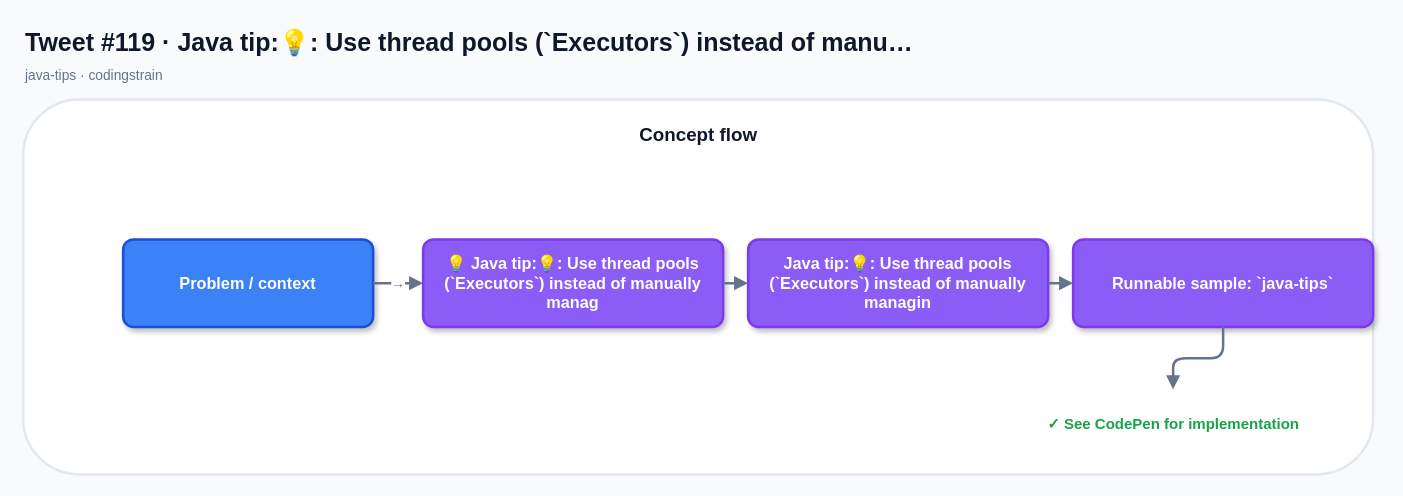
Above: x-posts-examples/generated-x-posts/java-posts/drawio/tweet-119.drawio in mcasari/codingstrain (draw.io), before the change. Source tidied: cells renumbered, new cells numbered last; positions are measured from the earlier drawing's top-left corner, leaving out a move shared by most shapes. Both pictures are drawn from the tidied source at 125%, with x=0, y=0 at pixel (22, 21).
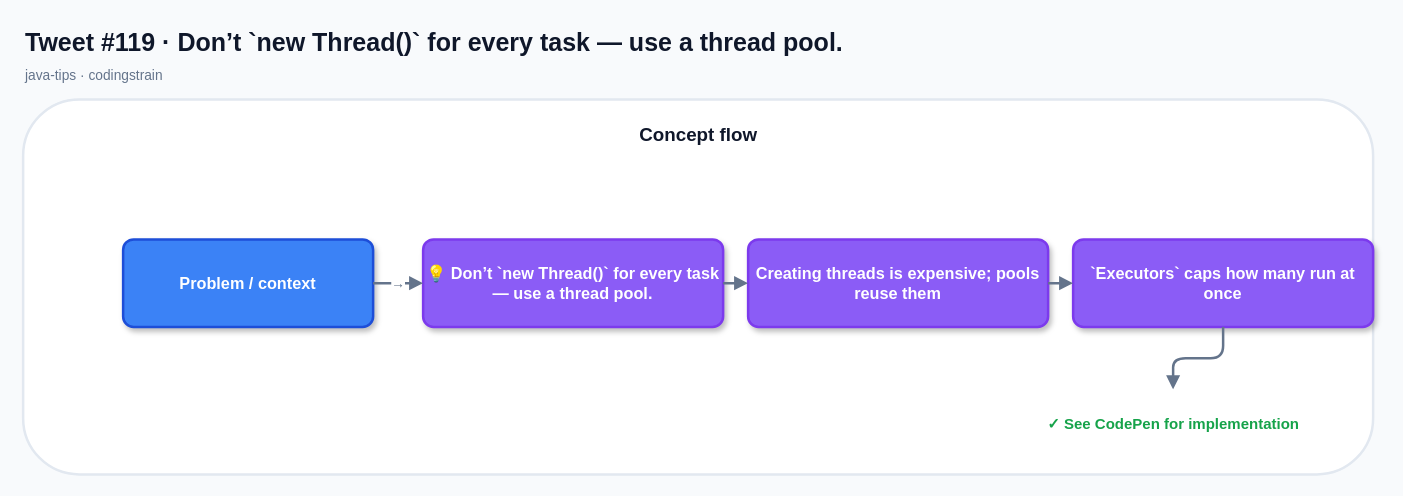
The same diagram, later.

What changed in the source:
```diff
@@
 <mxGraphModel background="#F8FAFC">
   <root>
     <mxCell id="0" />
     <mxCell id="1" parent="0" />
-    <mxCell id="2" value="Tweet #119 · Java tip:💡: Use thread pools (`Executors`) instead of manu…" style="text;html=1;strokeColor=none;fillColor=none;align=left;verticalAlign=middle;fontSize=20;fontStyle=1;fontColor=#0F172A;" parent="1" vertex="1">
+    <mxCell id="2" value="Tweet #119 · Don’t `new Thread()` for every task — use a thread pool." style="text;html=1;strokeColor=none;fillColor=none;align=left;verticalAlign=middle;fontSize=20;fontStyle=1;fontColor=#0F172A;" parent="1" vertex="1">
       <mxGeometry width="760" height="32" as="geometry" />
     </mxCell>
     <mxCell id="3" value="java-tips · codingstrain" style="text;html=1;strokeColor=none;fillColor=none;align=left;verticalAlign=middle;fontSize=11;fontStyle=0;fontColor=#64748B;" parent="1" vertex="1">
       <mxGeometry y="32" width="520" height="22" as="geometry" />
     </mxCell>
     <mxCell id="4" style="rounded=1;fillColor=#FFFFFF;strokeColor=#E2E8F0;strokeWidth=2;shadow=0;" parent="1" vertex="1">
       <mxGeometry y="62" width="1080" height="300" as="geometry" />
     </mxCell>
     <mxCell id="5" value="Concept flow" style="text;html=1;strokeColor=none;fillColor=none;align=center;verticalAlign=middle;fontSize=15;fontStyle=1;fontColor=#0F172A;" parent="1" vertex="1">
       <mxGeometry x="20" y="76" width="1040" height="28" as="geometry" />
     </mxCell>
     <mxCell id="6" value="Problem / context" style="rounded=1;whiteSpace=wrap;html=1;arcSize=12;fillColor=#3B82F6;strokeColor=#1D4ED8;strokeWidth=2;fontColor=#FFFFFF;fontSize=13;fontStyle=1;shadow=1;align=center;verticalAlign=middle;" parent="1" vertex="1">
       <mxGeometry x="80" y="174" width="200" height="70" as="geometry" />
     </mxCell>
-    <mxCell id="7" value="💡 Java tip:💡: Use thread pools (`Executors`) instead of manually manag" style="rounded=1;whiteSpace=wrap;html=1;arcSize=12;fillColor=#8B5CF6;strokeColor=#7C3AED;strokeWidth=2;fontColor=#FFFFFF;fontSize=13;fontStyle=1;shadow=1;align=center;verticalAlign=middle;" parent="1" vertex="1">
+    <mxCell id="7" value="💡 Don’t `new Thread()` for every task — use a thread pool." style="rounded=1;whiteSpace=wrap;html=1;arcSize=12;fillColor=#8B5CF6;strokeColor=#7C3AED;strokeWidth=2;fontColor=#FFFFFF;fontSize=13;fontStyle=1;shadow=1;align=center;verticalAlign=middle;" parent="1" vertex="1">
       <mxGeometry x="320" y="174" width="240" height="70" as="geometry" />
     </mxCell>
     <mxCell id="8" value="→" style="edgeStyle=orthogonalEdgeStyle;rounded=1;jettySize=auto;html=1;endArrow=block;endFill=1;startArrow=none;strokeColor=#64748B;strokeWidth=2;fontColor=#64748B;fontSize=11;" parent="1" edge="1" source="6" target="7">
       <mxGeometry relative="1" as="geometry" />
     </mxCell>
-    <mxCell id="9" value="Java tip:💡: Use thread pools (`Executors`) instead of manually managin" style="rounded=1;whiteSpace=wrap;html=1;arcSize=12;fillColor=#8B5CF6;strokeColor=#7C3AED;strokeWidth=2;fontColor=#FFFFFF;fontSize=13;fontStyle=1;shadow=1;align=center;verticalAlign=middle;" parent="1" vertex="1">
+    <mxCell id="9" value="Creating threads is expensive; pools reuse them" style="rounded=1;whiteSpace=wrap;html=1;arcSize=12;fillColor=#8B5CF6;strokeColor=#7C3AED;strokeWidth=2;fontColor=#FFFFFF;fontSize=13;fontStyle=1;shadow=1;align=center;verticalAlign=middle;" parent="1" vertex="1">
       <mxGeometry x="580" y="174" width="240" height="70" as="geometry" />
     </mxCell>
     <mxCell id="10" style="edgeStyle=orthogonalEdgeStyle;rounded=1;jettySize=auto;html=1;endArrow=block;endFill=1;startArrow=none;strokeColor=#64748B;strokeWidth=2;fontColor=#64748B;fontSize=11;" parent="1" edge="1" source="7" target="9">
       <mxGeometry relative="1" as="geometry" />
     </mxCell>
-    <mxCell id="11" value="Runnable sample: `java-tips`" style="rounded=1;whiteSpace=wrap;html=1;arcSize=12;fillColor=#8B5CF6;strokeColor=#7C3AED;strokeWidth=2;fontColor=#FFFFFF;fontSize=13;fontStyle=1;shadow=1;align=center;verticalAlign=middle;" parent="1" vertex="1">
+    <mxCell id="11" value="`Executors` caps how many run at once" style="rounded=1;whiteSpace=wrap;html=1;arcSize=12;fillColor=#8B5CF6;strokeColor=#7C3AED;strokeWidth=2;fontColor=#FFFFFF;fontSize=13;fontStyle=1;shadow=1;align=center;verticalAlign=middle;" parent="1" vertex="1">
       <mxGeometry x="840" y="174" width="240" height="70" as="geometry" />
     </mxCell>
     <mxCell id="12" style="edgeStyle=orthogonalEdgeStyle;rounded=1;jettySize=auto;html=1;endArrow=block;endFill=1;startArrow=none;strokeColor=#64748B;strokeWidth=2;fontColor=#64748B;fontSize=11;" parent="1" edge="1" source="9" target="11">
       <mxGeometry relative="1" as="geometry" />
     </mxCell>
     <mxCell id="13" value="✓ See CodePen for implementation" style="text;html=1;strokeColor=none;fillColor=none;align=center;verticalAlign=middle;fontSize=12;fontStyle=1;fontColor=#16A34A;" parent="1" vertex="1">
       <mxGeometry x="800" y="294" width="240" height="56" as="geometry" />
     </mxCell>
     <mxCell id="14" style="edgeStyle=orthogonalEdgeStyle;rounded=1;jettySize=auto;html=1;endArrow=block;endFill=1;startArrow=none;strokeColor=#64748B;strokeWidth=2;fontColor=#64748B;fontSize=11;" parent="1" edge="1" source="11" target="13">
       <mxGeometry relative="1" as="geometry" />
     </mxCell>
   </root>
 </mxGraphModel>
```
